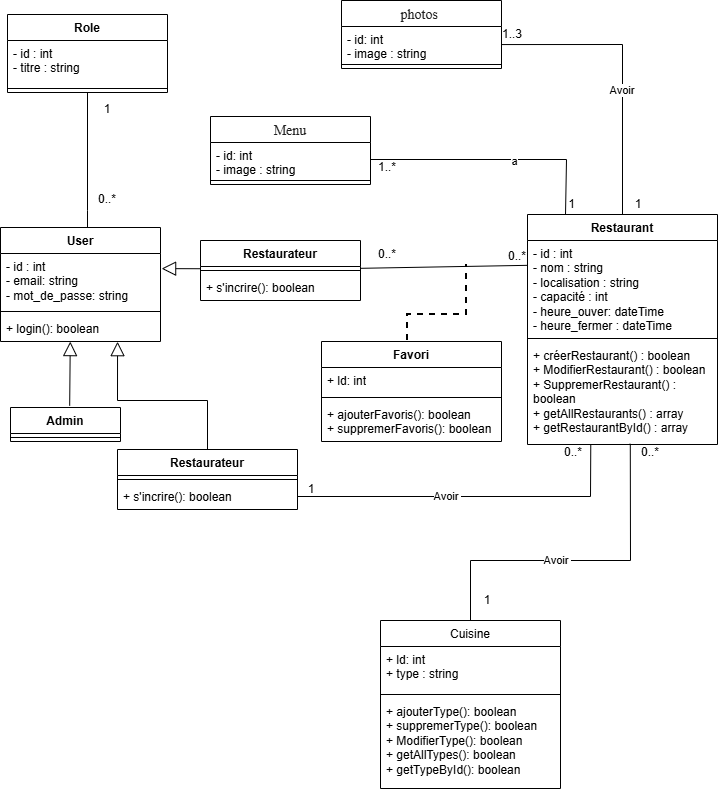
AZIZABADA10/YouCo-Done keeps this draw.io diagram as Modelisation/Diagramme_classe.png. Above is the earlier version. Source tidied: cells renumbered, new cells last; positions are measured from the earlier drawing's top-left corner, leaving out a move shared by most shapes.
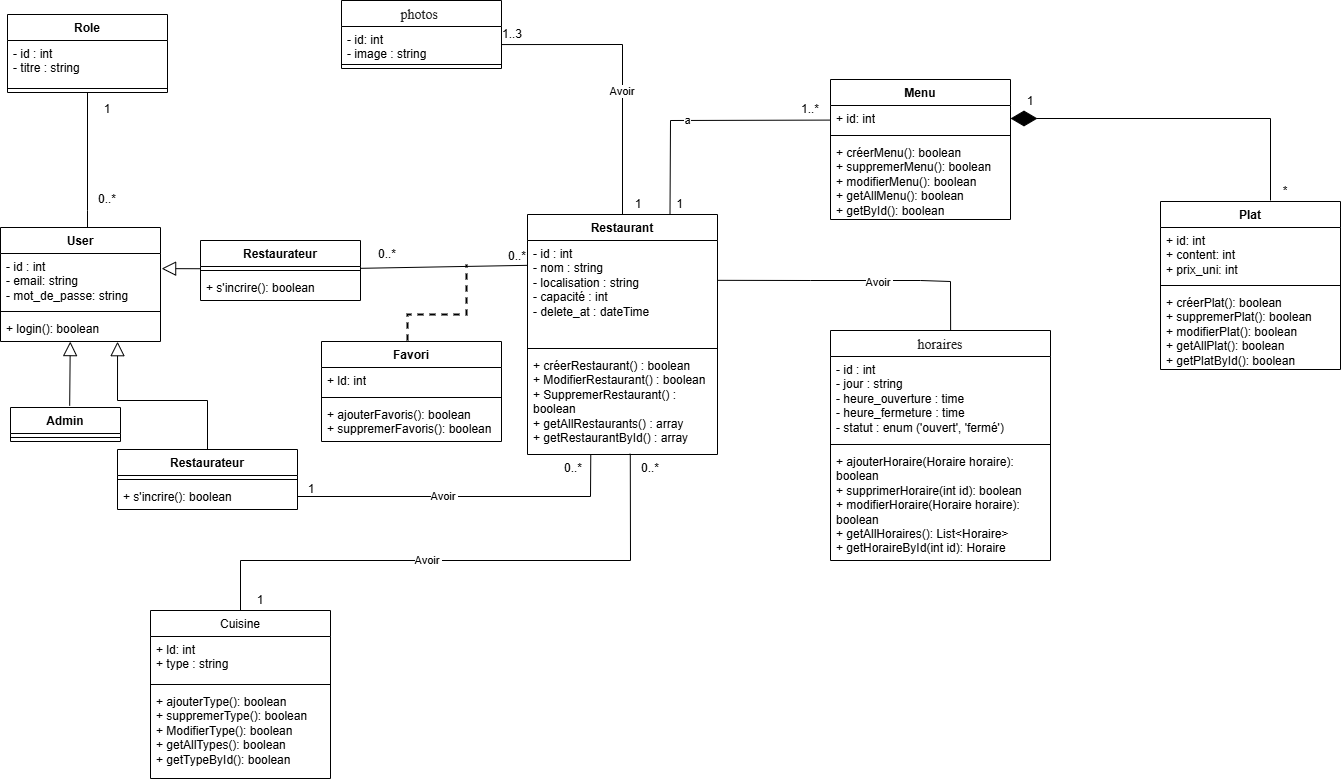
After the change.

Commit message:
docs: mise à jour du diagramme de classe

Change to the diagram source:
```diff
@@ -3,16 +3,16 @@
     <mxCell id="0" />
     <mxCell id="1" parent="0" />
     <mxCell id="2" value="Restaurant" style="swimlane;fontStyle=1;align=center;verticalAlign=top;horizontal=1;startSize=26;whiteSpace=wrap;html=1;" parent="1" vertex="1">
-      <mxGeometry x="527" y="214" width="190" height="230" as="geometry" />
+      <mxGeometry x="527" y="214" width="190" height="240" as="geometry" />
     </mxCell>
-    <mxCell id="3" value="- id : int&lt;div&gt;&lt;span style=&quot;background-color: transparent; color: light-dark(rgb(0, 0, 0), rgb(255, 255, 255));&quot;&gt;- nom : string&lt;/span&gt;&lt;/div&gt;&lt;div&gt;&lt;span style=&quot;background-color: transparent; color: light-dark(rgb(0, 0, 0), rgb(255, 255, 255));&quot;&gt;- localisation : string&lt;/span&gt;&lt;/div&gt;&lt;div&gt;&lt;span style=&quot;background-color: transparent; color: light-dark(rgb(0, 0, 0), rgb(255, 255, 255));&quot;&gt;- capacité : int&lt;/span&gt;&lt;/div&gt;&lt;div&gt;&lt;span style=&quot;background-color: transparent; color: light-dark(rgb(0, 0, 0), rgb(255, 255, 255));&quot;&gt;- heure_ouver: dateTime&lt;/span&gt;&lt;/div&gt;&lt;div&gt;&lt;span style=&quot;background-color: transparent; color: light-dark(rgb(0, 0, 0), rgb(255, 255, 255));&quot;&gt;- heure_fermer : dateTime&lt;/span&gt;&lt;/div&gt;" style="text;strokeColor=none;fillColor=none;align=left;verticalAlign=top;spacingLeft=4;spacingRight=4;overflow=hidden;points=[[0,0.5],[1,0.5]];portConstraint=eastwest;whiteSpace=wrap;html=1;" parent="2" vertex="1">
-      <mxGeometry y="26" width="190" height="94" as="geometry" />
+    <mxCell id="3" value="- id : int&lt;div&gt;&lt;span style=&quot;background-color: transparent; color: light-dark(rgb(0, 0, 0), rgb(255, 255, 255));&quot;&gt;- nom : string&lt;/span&gt;&lt;/div&gt;&lt;div&gt;&lt;span style=&quot;background-color: transparent; color: light-dark(rgb(0, 0, 0), rgb(255, 255, 255));&quot;&gt;- localisation : string&lt;/span&gt;&lt;/div&gt;&lt;div&gt;&lt;span style=&quot;background-color: transparent; color: light-dark(rgb(0, 0, 0), rgb(255, 255, 255));&quot;&gt;- capacité : int&lt;/span&gt;&lt;/div&gt;&lt;div&gt;&lt;span style=&quot;background-color: transparent; color: light-dark(rgb(0, 0, 0), rgb(255, 255, 255));&quot;&gt;- delete_at : dateTime&lt;/span&gt;&lt;/div&gt;" style="text;strokeColor=none;fillColor=none;align=left;verticalAlign=top;spacingLeft=4;spacingRight=4;overflow=hidden;points=[[0,0.5],[1,0.5]];portConstraint=eastwest;whiteSpace=wrap;html=1;" parent="2" vertex="1">
+      <mxGeometry y="26" width="190" height="104" as="geometry" />
     </mxCell>
     <mxCell id="4" style="line;strokeWidth=1;fillColor=none;align=left;verticalAlign=middle;spacingTop=-1;spacingLeft=3;spacingRight=3;labelPosition=right;strokeColor=inherit;" parent="2" vertex="1">
-      <mxGeometry y="120" width="190" height="8" as="geometry" />
+      <mxGeometry y="130" width="190" height="8" as="geometry" />
     </mxCell>
     <mxCell id="5" value="+ créerRestaurant() : boolean&lt;div&gt;+ ModifierRestaurant() : boolean&lt;/div&gt;&lt;div&gt;+ SuppremerRestaurant() : boolean&lt;/div&gt;&lt;div&gt;+ getAllRestaurants() : array&lt;/div&gt;&lt;div&gt;+ getRestaurantById() : array&lt;/div&gt;" style="text;strokeColor=none;fillColor=none;align=left;verticalAlign=top;spacingLeft=4;spacingRight=4;overflow=hidden;points=[[0,0.5],[1,0.5]];portConstraint=eastwest;whiteSpace=wrap;html=1;" parent="2" vertex="1">
-      <mxGeometry y="128" width="190" height="102" as="geometry" />
+      <mxGeometry y="138" width="190" height="102" as="geometry" />
     </mxCell>
     <mxCell id="6" value="&lt;div style=&quot;text-align: left;&quot;&gt;&lt;span style=&quot;background-color: transparent; color: light-dark(rgb(0, 0, 0), rgb(255, 255, 255));&quot;&gt;Role&lt;/span&gt;&lt;/div&gt;" style="swimlane;fontStyle=1;align=center;verticalAlign=top;horizontal=1;startSize=26;whiteSpace=wrap;html=1;" parent="1" vertex="1">
       <mxGeometry x="7" y="14" width="160" height="78" as="geometry" />
@@ -104,7 +104,7 @@
       <mxGeometry x="281" y="474" width="60" height="30" as="geometry" />
     </mxCell>
     <mxCell id="27" value="0..*" style="text;html=1;whiteSpace=wrap;strokeColor=none;fillColor=none;align=center;verticalAlign=middle;rounded=0;" parent="1" vertex="1">
-      <mxGeometry x="563" y="444" width="20" height="16" as="geometry" />
+      <mxGeometry x="563" y="460" width="20" height="16" as="geometry" />
     </mxCell>
     <mxCell id="28" value="Favori" style="swimlane;fontStyle=1;align=center;verticalAlign=top;horizontal=1;startSize=26;whiteSpace=wrap;html=1;" parent="1" vertex="1">
       <mxGeometry x="321" y="341" width="180" height="100" as="geometry" />
@@ -146,20 +146,11 @@
       <mxGeometry x="497" y="24" width="30" height="20" as="geometry" />
     </mxCell>
     <mxCell id="39" value="1" style="text;html=1;whiteSpace=wrap;strokeColor=none;fillColor=none;align=center;verticalAlign=middle;rounded=0;" parent="1" vertex="1">
-      <mxGeometry x="560" y="199" width="23" height="10" as="geometry" />
+      <mxGeometry x="668" y="199" width="23" height="10" as="geometry" />
     </mxCell>
     <mxCell id="40" value="1..*" style="text;html=1;whiteSpace=wrap;strokeColor=none;fillColor=none;align=center;verticalAlign=middle;rounded=0;" parent="1" vertex="1">
-      <mxGeometry x="377" y="160" width="20" height="13" as="geometry" />
+      <mxGeometry x="800" y="102.5" width="20" height="13" as="geometry" />
     </mxCell>
-    <mxCell id="41" value="&lt;span style=&quot;color: rgba(0, 0, 0, 0.88); font-family: &amp;quot;Nunito Sans&amp;quot;, &amp;quot;sans-serif&amp;quot;; font-size: 14px; font-weight: 400; text-align: start; background-color: rgb(255, 255, 255);&quot;&gt;Menu&lt;/span&gt;" style="swimlane;fontStyle=1;align=center;verticalAlign=top;horizontal=1;startSize=26;whiteSpace=wrap;html=1;" parent="1" vertex="1">
-      <mxGeometry x="210" y="116" width="160" height="68" as="geometry" />
-    </mxCell>
-    <mxCell id="42" value="- id: int&lt;div&gt;- image : string&lt;/div&gt;" style="text;strokeColor=none;fillColor=none;align=left;verticalAlign=top;spacingLeft=4;spacingRight=4;overflow=hidden;points=[[0,0.5],[1,0.5]];portConstraint=eastwest;whiteSpace=wrap;html=1;" parent="41" vertex="1">
-      <mxGeometry y="26" width="160" height="34" as="geometry" />
-    </mxCell>
-    <mxCell id="43" style="line;strokeWidth=1;fillColor=none;align=left;verticalAlign=middle;spacingTop=-1;spacingLeft=3;spacingRight=3;labelPosition=right;strokeColor=inherit;" parent="41" vertex="1">
-      <mxGeometry y="60" width="160" height="8" as="geometry" />
-    </mxCell>
     <mxCell id="44" value="User" style="swimlane;fontStyle=1;align=center;verticalAlign=top;horizontal=1;startSize=26;whiteSpace=wrap;html=1;" parent="1" vertex="1">
       <mxGeometry y="227" width="160" height="114" as="geometry" />
     </mxCell>
@@ -172,10 +163,10 @@
     <mxCell id="47" value="+ login(): boolean" style="text;strokeColor=none;fillColor=none;align=left;verticalAlign=top;spacingLeft=4;spacingRight=4;overflow=hidden;points=[[0,0.5],[1,0.5]];portConstraint=eastwest;whiteSpace=wrap;html=1;" parent="44" vertex="1">
       <mxGeometry y="88" width="160" height="26" as="geometry" />
     </mxCell>
-    <mxCell id="48" style="html=1;verticalAlign=bottom;labelBackgroundColor=none;endArrow=none;endFill=0;endSize=6;align=left;rounded=0;entryX=1;entryY=0.5;entryDx=0;entryDy=0;exitX=0.2;exitY=0.002;exitDx=0;exitDy=0;exitPerimeter=0;" parent="1" edge="1" source="2" target="42">
+    <mxCell id="48" style="html=1;verticalAlign=bottom;labelBackgroundColor=none;endArrow=none;endFill=0;endSize=6;align=left;rounded=0;entryX=-0.001;entryY=0.561;entryDx=0;entryDy=0;exitX=0.75;exitY=0;exitDx=0;exitDy=0;entryPerimeter=0;" parent="1" edge="1" source="2" target="67">
       <mxGeometry x="-1" relative="1" as="geometry">
         <Array as="points">
-          <mxPoint x="566" y="159" />
+          <mxPoint x="670" y="120" />
         </Array>
       </mxGeometry>
     </mxCell>
@@ -194,7 +185,7 @@
       <mxGeometry y="34" width="160" height="26" as="geometry" />
     </mxCell>
     <mxCell id="53" value="&lt;div style=&quot;font-weight: 400; text-align: left;&quot;&gt;&lt;span style=&quot;background-color: transparent; color: light-dark(rgb(0, 0, 0), rgb(255, 255, 255));&quot;&gt;Cuisine&lt;/span&gt;&lt;/div&gt;" style="swimlane;fontStyle=1;align=center;verticalAlign=top;horizontal=1;startSize=26;whiteSpace=wrap;html=1;" parent="1" vertex="1">
-      <mxGeometry x="380" y="620" width="180" height="168" as="geometry" />
+      <mxGeometry x="150" y="610" width="180" height="168" as="geometry" />
     </mxCell>
     <mxCell id="54" value="+ ld: int&lt;div&gt;+ type : string&lt;/div&gt;" style="text;strokeColor=none;fillColor=none;align=left;verticalAlign=top;spacingLeft=4;spacingRight=4;overflow=hidden;whiteSpace=wrap;html=1;" parent="53" vertex="1">
       <mxGeometry y="26" width="180" height="44" as="geometry" />
@@ -208,7 +199,7 @@
     <mxCell id="57" style="html=1;verticalAlign=bottom;labelBackgroundColor=none;endArrow=none;endFill=0;endSize=6;align=left;rounded=0;entryX=0.541;entryY=0.993;entryDx=0;entryDy=0;exitX=0.5;exitY=0;exitDx=0;exitDy=0;entryPerimeter=0;" parent="1" edge="1" source="53" target="5">
       <mxGeometry x="-1" relative="1" as="geometry">
         <Array as="points">
-          <mxPoint x="470" y="560" />
+          <mxPoint x="240" y="560" />
           <mxPoint x="630" y="560" />
         </Array>
       </mxGeometry>
@@ -219,10 +210,74 @@
       </mxGeometry>
     </mxCell>
     <mxCell id="59" value="1" style="text;html=1;whiteSpace=wrap;strokeColor=none;fillColor=none;align=center;verticalAlign=middle;rounded=0;" parent="1" vertex="1">
-      <mxGeometry x="477" y="590" width="20" height="20" as="geometry" />
+      <mxGeometry x="250" y="590" width="20" height="20" as="geometry" />
     </mxCell>
     <mxCell id="60" value="0..*" style="text;html=1;whiteSpace=wrap;strokeColor=none;fillColor=none;align=center;verticalAlign=middle;rounded=0;" parent="1" vertex="1">
-      <mxGeometry x="640" y="444" width="20" height="16" as="geometry" />
+      <mxGeometry x="640" y="460" width="20" height="16" as="geometry" />
     </mxCell>
+    <mxCell id="61" value="&lt;div style=&quot;font-weight: 400; text-align: left;&quot;&gt;&lt;span style=&quot;color: rgba(0, 0, 0, 0.88); font-family: &amp;quot;Nunito Sans&amp;quot;, &amp;quot;sans-serif&amp;quot;; font-size: 14px; background-color: rgb(255, 255, 255);&quot;&gt;horaires&lt;/span&gt;&lt;/div&gt;" style="swimlane;fontStyle=1;align=center;verticalAlign=top;horizontal=1;startSize=26;whiteSpace=wrap;html=1;" parent="1" vertex="1">
+      <mxGeometry x="830" y="330" width="220" height="230" as="geometry" />
+    </mxCell>
+    <mxCell id="62" value="&lt;div&gt;&lt;div&gt;- id : int&lt;/div&gt;&lt;div&gt;- jour : string&lt;/div&gt;&lt;div&gt;- heure_ouverture : time&lt;/div&gt;&lt;div&gt;- heure_fermeture : time&lt;/div&gt;&lt;div&gt;- statut : enum ('ouvert', 'fermé')&lt;/div&gt;&lt;/div&gt;" style="text;strokeColor=none;fillColor=none;align=left;verticalAlign=top;spacingLeft=4;spacingRight=4;overflow=hidden;whiteSpace=wrap;html=1;" parent="61" vertex="1">
+      <mxGeometry y="26" width="220" height="84" as="geometry" />
+    </mxCell>
+    <mxCell id="63" style="line;strokeWidth=1;fillColor=none;align=left;verticalAlign=middle;spacingTop=-1;spacingLeft=3;spacingRight=3;labelPosition=right;strokeColor=inherit;" parent="61" vertex="1">
+      <mxGeometry y="110" width="220" height="8" as="geometry" />
+    </mxCell>
+    <mxCell id="64" value="&lt;div&gt;+ ajouterHoraire(Horaire horaire): boolean&lt;/div&gt;&lt;div&gt;+ supprimerHoraire(int id): boolean&lt;/div&gt;&lt;div&gt;+ modifierHoraire(Horaire horaire): boolean&lt;/div&gt;&lt;div&gt;+ getAllHoraires(): List&amp;lt;Horaire&amp;gt;&lt;/div&gt;&lt;div&gt;+ getHoraireById(int id): Horaire&lt;/div&gt;" style="text;strokeColor=none;fillColor=none;align=left;verticalAlign=top;spacingLeft=4;spacingRight=4;overflow=hidden;whiteSpace=wrap;html=1;" parent="61" vertex="1">
+      <mxGeometry y="118" width="220" height="112" as="geometry" />
+    </mxCell>
+    <mxCell id="65" style="html=1;verticalAlign=bottom;labelBackgroundColor=none;endArrow=none;endFill=0;endSize=6;align=left;rounded=0;exitX=0.546;exitY=0;exitDx=0;exitDy=0;exitPerimeter=0;entryX=0.999;entryY=0.383;entryDx=0;entryDy=0;entryPerimeter=0;" parent="1" edge="1" source="61" target="3">
+      <mxGeometry x="-1" relative="1" as="geometry">
+        <Array as="points">
+          <mxPoint x="950" y="281" />
+          <mxPoint x="920" y="280" />
+          <mxPoint x="810" y="280" />
+        </Array>
+      </mxGeometry>
+    </mxCell>
+    <mxCell id="66" value="Avoir&amp;nbsp;" style="edgeLabel;html=1;align=center;verticalAlign=middle;" parent="65" vertex="1">
+      <mxGeometry x="-0.14" y="1" relative="1" as="geometry">
+        <mxPoint x="1" as="offset" />
+      </mxGeometry>
+    </mxCell>
+    <mxCell id="41" value="Menu" style="swimlane;fontStyle=1;align=center;verticalAlign=top;horizontal=1;startSize=26;whiteSpace=wrap;html=1;" parent="1" vertex="1">
+      <mxGeometry x="830" y="79" width="180" height="140" as="geometry" />
+    </mxCell>
+    <mxCell id="67" value="+ id: int" style="text;strokeColor=none;fillColor=none;align=left;verticalAlign=top;spacingLeft=4;spacingRight=4;overflow=hidden;points=[[0,0.5],[1,0.5]];portConstraint=eastwest;whiteSpace=wrap;html=1;" parent="41" vertex="1">
+      <mxGeometry y="26" width="180" height="26" as="geometry" />
+    </mxCell>
+    <mxCell id="68" style="line;strokeWidth=1;fillColor=none;align=left;verticalAlign=middle;spacingTop=-1;spacingLeft=3;spacingRight=3;labelPosition=right;strokeColor=inherit;" parent="41" vertex="1">
+      <mxGeometry y="52" width="180" height="8" as="geometry" />
+    </mxCell>
+    <mxCell id="69" value="+ créerMenu(): boolean&lt;div&gt;+ suppremerMenu(): boolean&lt;/div&gt;&lt;div&gt;+ modifierMenu(): boolean&lt;/div&gt;&lt;div&gt;+ getAllMenu(): boolean&lt;/div&gt;&lt;div&gt;+ getById(): boolean&lt;/div&gt;" style="text;strokeColor=none;fillColor=none;align=left;verticalAlign=top;spacingLeft=4;spacingRight=4;overflow=hidden;whiteSpace=wrap;html=1;" parent="41" vertex="1">
+      <mxGeometry y="60" width="180" height="80" as="geometry" />
+    </mxCell>
+    <mxCell id="70" value="Plat" style="swimlane;fontStyle=1;align=center;verticalAlign=top;horizontal=1;startSize=26;whiteSpace=wrap;html=1;" parent="1" vertex="1">
+      <mxGeometry x="1160" y="201" width="180" height="168" as="geometry" />
+    </mxCell>
+    <mxCell id="71" value="+ id: int&lt;div&gt;+ content: int&lt;/div&gt;&lt;div&gt;+ prix_uni: int&lt;/div&gt;" style="text;strokeColor=none;fillColor=none;align=left;verticalAlign=top;spacingLeft=4;spacingRight=4;overflow=hidden;whiteSpace=wrap;html=1;" parent="70" vertex="1">
+      <mxGeometry y="26" width="180" height="54" as="geometry" />
+    </mxCell>
+    <mxCell id="72" style="line;strokeWidth=1;fillColor=none;align=left;verticalAlign=middle;spacingTop=-1;spacingLeft=3;spacingRight=3;labelPosition=right;strokeColor=inherit;" parent="70" vertex="1">
+      <mxGeometry y="80" width="180" height="8" as="geometry" />
+    </mxCell>
+    <mxCell id="73" value="+ créerPlat(): boolean&lt;div&gt;+ suppremerPlat(): boolean&lt;/div&gt;&lt;div&gt;+ modifierPlat(): boolean&lt;/div&gt;&lt;div&gt;+ getAllPlat(): boolean&lt;/div&gt;&lt;div&gt;+ getPlatById(): boolean&lt;/div&gt;" style="text;strokeColor=none;fillColor=none;align=left;verticalAlign=top;spacingLeft=4;spacingRight=4;overflow=hidden;whiteSpace=wrap;html=1;" parent="70" vertex="1">
+      <mxGeometry y="88" width="180" height="80" as="geometry" />
+    </mxCell>
+    <mxCell id="74" style="endArrow=diamondThin;endFill=1;endSize=24;html=1;rounded=0;entryX=1;entryY=0.5;entryDx=0;entryDy=0;" parent="1" edge="1" target="67">
+      <mxGeometry relative="1" as="geometry">
+        <mxPoint x="1270" y="200" as="sourcePoint" />
+        <Array as="points">
+          <mxPoint x="1270" y="118" />
+        </Array>
+      </mxGeometry>
+    </mxCell>
+    <mxCell id="75" value="*" style="text;html=1;whiteSpace=wrap;strokeColor=none;fillColor=none;align=center;verticalAlign=middle;rounded=0;" parent="1" vertex="1">
+      <mxGeometry x="1270" y="181" width="30" height="20" as="geometry" />
+    </mxCell>
+    <mxCell id="76" value="1" style="text;html=1;whiteSpace=wrap;strokeColor=none;fillColor=none;align=center;verticalAlign=middle;rounded=0;" parent="1" vertex="1">
+      <mxGeometry x="1000" y="85.5" width="60" height="30" as="geometry" />
+    </mxCell>
   </root>
 </mxGraphModel>
```
